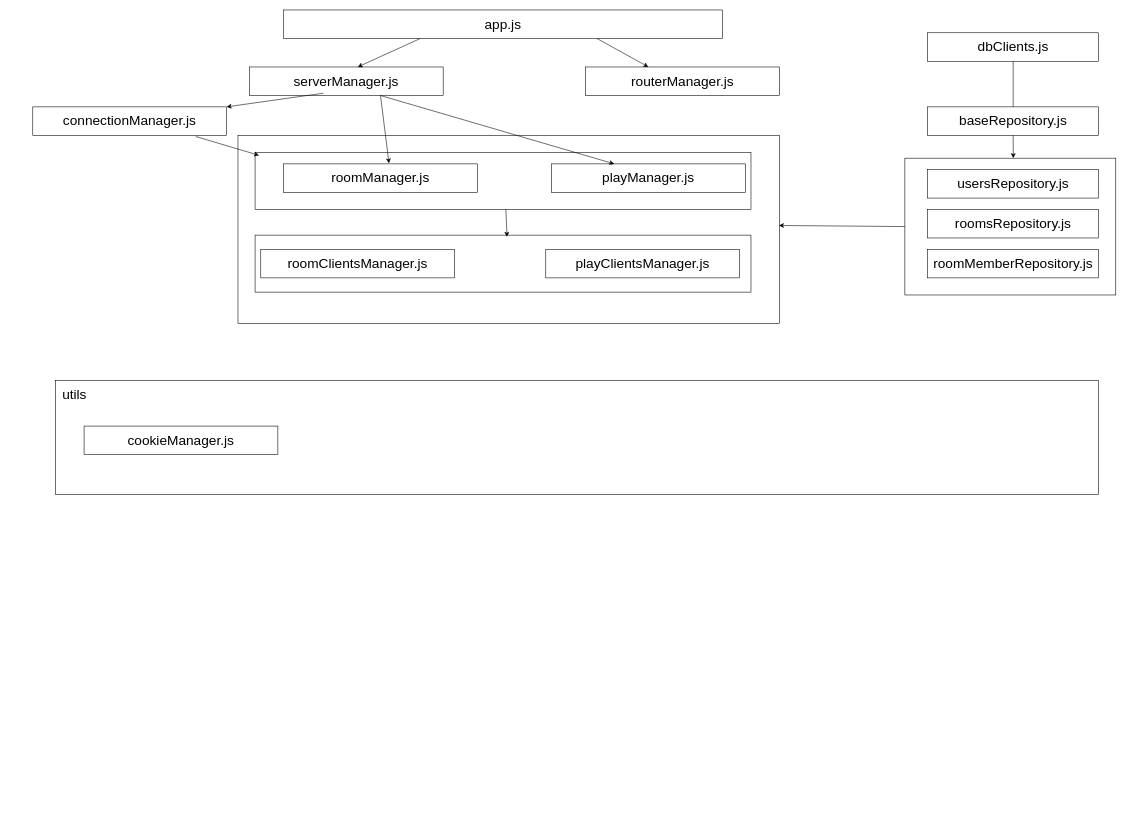
Earlier version of the draw.io diagram プログラム.drawio (kyougi-kai/Mahjongrammer). Source tidied: cells renumbered, new cells numbered last; positions are measured from the earlier drawing's top-left corner, leaving out a move shared by most shapes. Both pictures are drawn from the tidied source at 57%, with x=0, y=0 at pixel (32, 10).
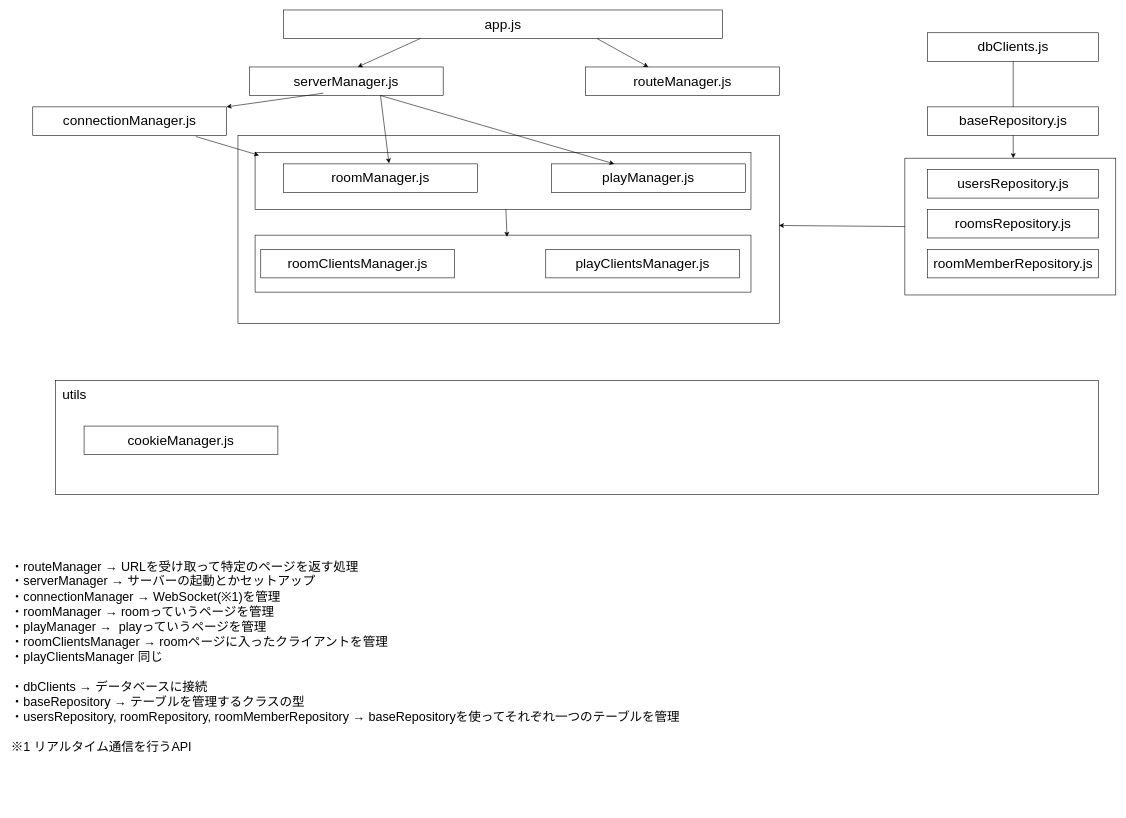
The same page after the edit.

Diff of the diagram source:
```diff
@@
-    <mxCell id="8" value="&lt;span style=&quot;font-size: 24px;&quot;&gt;routerManager.js&lt;/span&gt;" style="rounded=0;whiteSpace=wrap;html=1;" parent="1" vertex="1">
+    <mxCell id="8" value="&lt;span style=&quot;font-size: 24px;&quot;&gt;routeManager.js&lt;/span&gt;" style="rounded=0;whiteSpace=wrap;html=1;" parent="1" vertex="1">
       <mxGeometry x="970" y="100" width="340" height="50" as="geometry" />
     </mxCell>
@@
+    <mxCell id="32" value="&lt;font style=&quot;font-size: 22px;&quot;&gt;・routeManager → URLを受け取って特定のページを返す処理&lt;/font&gt;&lt;div&gt;&lt;font style=&quot;font-size: 22px;&quot;&gt;・serverManager → サーバーの起動とかセットアップ&lt;/font&gt;&lt;/div&gt;&lt;div&gt;&lt;font style=&quot;font-size: 22px;&quot;&gt;・connectionManager → WebSocket(※1)を管理&lt;/font&gt;&lt;/div&gt;&lt;div&gt;&lt;font style=&quot;font-size: 22px;&quot;&gt;・roomManager → roomっていうページを管理&lt;/font&gt;&lt;/div&gt;&lt;div&gt;&lt;font style=&quot;font-size: 22px;&quot;&gt;・playManager →&amp;nbsp; playっていうページを管理&lt;/font&gt;&lt;/div&gt;&lt;div&gt;&lt;font style=&quot;font-size: 22px;&quot;&gt;・roomClientsManager → roomページに入ったクライアントを管理&lt;/font&gt;&lt;/div&gt;&lt;div&gt;&lt;font style=&quot;font-size: 22px;&quot;&gt;・playClientsManager 同じ&lt;/font&gt;&lt;/div&gt;&lt;div&gt;&lt;font style=&quot;font-size: 22px;&quot;&gt;&lt;br&gt;&lt;/font&gt;&lt;/div&gt;&lt;div&gt;&lt;font style=&quot;font-size: 22px;&quot;&gt;・dbClients → データベースに接続&lt;/font&gt;&lt;/div&gt;&lt;div&gt;&lt;font style=&quot;font-size: 22px;&quot;&gt;・baseRepository → テーブルを管理するクラスの型&lt;/font&gt;&lt;/div&gt;&lt;div&gt;&lt;font style=&quot;font-size: 22px;&quot;&gt;・usersRepository, roomRepository, roomMemberRepository → baseRepositoryを使ってそれぞれ一つのテーブルを管理&lt;/font&gt;&lt;/div&gt;&lt;div&gt;&lt;font style=&quot;font-size: 22px;&quot;&gt;&lt;br&gt;&lt;/font&gt;&lt;/div&gt;&lt;div&gt;&lt;span style=&quot;font-size: 22px;&quot;&gt;※1 リアルタイム通信を行うAPI&lt;/span&gt;&lt;/div&gt;" style="text;html=1;align=left;verticalAlign=middle;whiteSpace=wrap;rounded=0;" parent="1" vertex="1">
+      <mxGeometry x="-40" y="870" width="1720" height="530" as="geometry" />
+    </mxCell>
```
